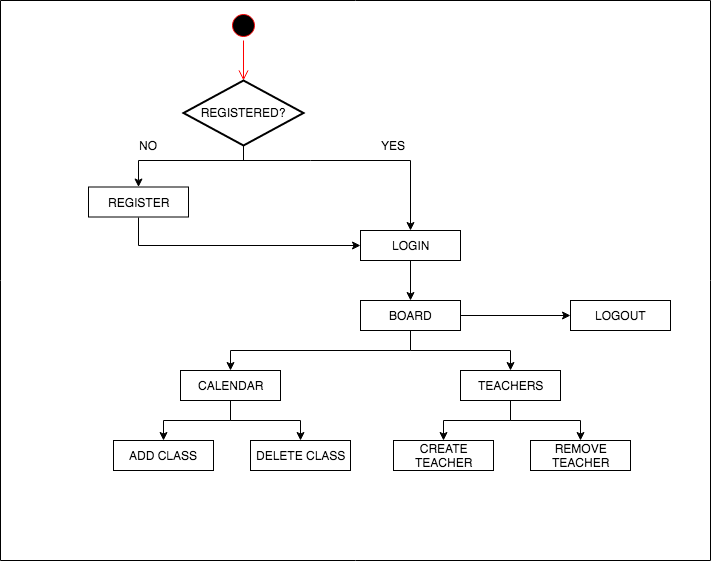
This is staff/aitor-parra/pyrene-ski/pyrene-ski-doc/images/ps-activity-diagram.png from b00tc4mp/skylab-bootcamp-201909, a draw.io export, as it was before one commit. Source tidied: cells renumbered, new cells last; positions are measured from the earlier drawing's top-left corner, leaving out a move shared by most shapes.
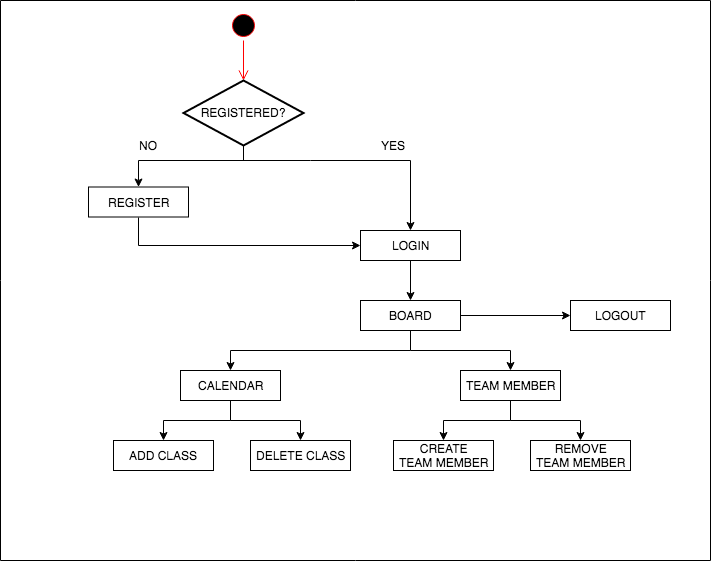
Above is the later version.

The edit, as a diff of the source:
```diff
@@ -104,10 +104,10 @@
     <mxCell id="26" value="ADD CLASS" style="html=1;" parent="1" vertex="1">
       <mxGeometry x="113" y="440" width="100" height="30" as="geometry" />
     </mxCell>
-    <mxCell id="27" value="&lt;div&gt;CREATE&lt;br&gt;&lt;/div&gt;&lt;div&gt; TEACHER&lt;/div&gt;" style="html=1;" parent="1" vertex="1">
+    <mxCell id="27" value="&lt;div&gt;CREATE&lt;br&gt;&lt;/div&gt;&lt;div&gt;TEAM MEMBER&lt;br&gt;&lt;/div&gt;" style="html=1;" parent="1" vertex="1">
       <mxGeometry x="393" y="440" width="100" height="30" as="geometry" />
     </mxCell>
-    <mxCell id="28" value="&lt;div&gt;REMOVE &lt;br&gt;&lt;/div&gt;&lt;div&gt;TEACHER&lt;br&gt;&lt;/div&gt;" style="html=1;" parent="1" vertex="1">
+    <mxCell id="28" value="&lt;div&gt;REMOVE &lt;br&gt;&lt;/div&gt;&lt;div&gt;TEAM MEMBER&lt;br&gt;&lt;/div&gt;" style="html=1;" parent="1" vertex="1">
       <mxGeometry x="530" y="440" width="100" height="30" as="geometry" />
     </mxCell>
     <mxCell id="29" style="edgeStyle=orthogonalEdgeStyle;rounded=0;jettySize=auto;html=1;entryX=0.5;entryY=0;entryDx=0;entryDy=0;" parent="1" edge="1" source="31" target="27">
@@ -116,7 +116,7 @@
     <mxCell id="30" style="edgeStyle=orthogonalEdgeStyle;rounded=0;jettySize=auto;html=1;entryX=0.5;entryY=0;entryDx=0;entryDy=0;" parent="1" edge="1" source="31" target="28">
       <mxGeometry relative="1" as="geometry" />
     </mxCell>
-    <mxCell id="31" value="TEACHERS" style="html=1;" parent="1" vertex="1">
+    <mxCell id="31" value="TEAM MEMBER" style="html=1;" parent="1" vertex="1">
       <mxGeometry x="460" y="370" width="100" height="30" as="geometry" />
     </mxCell>
   </root>
```
